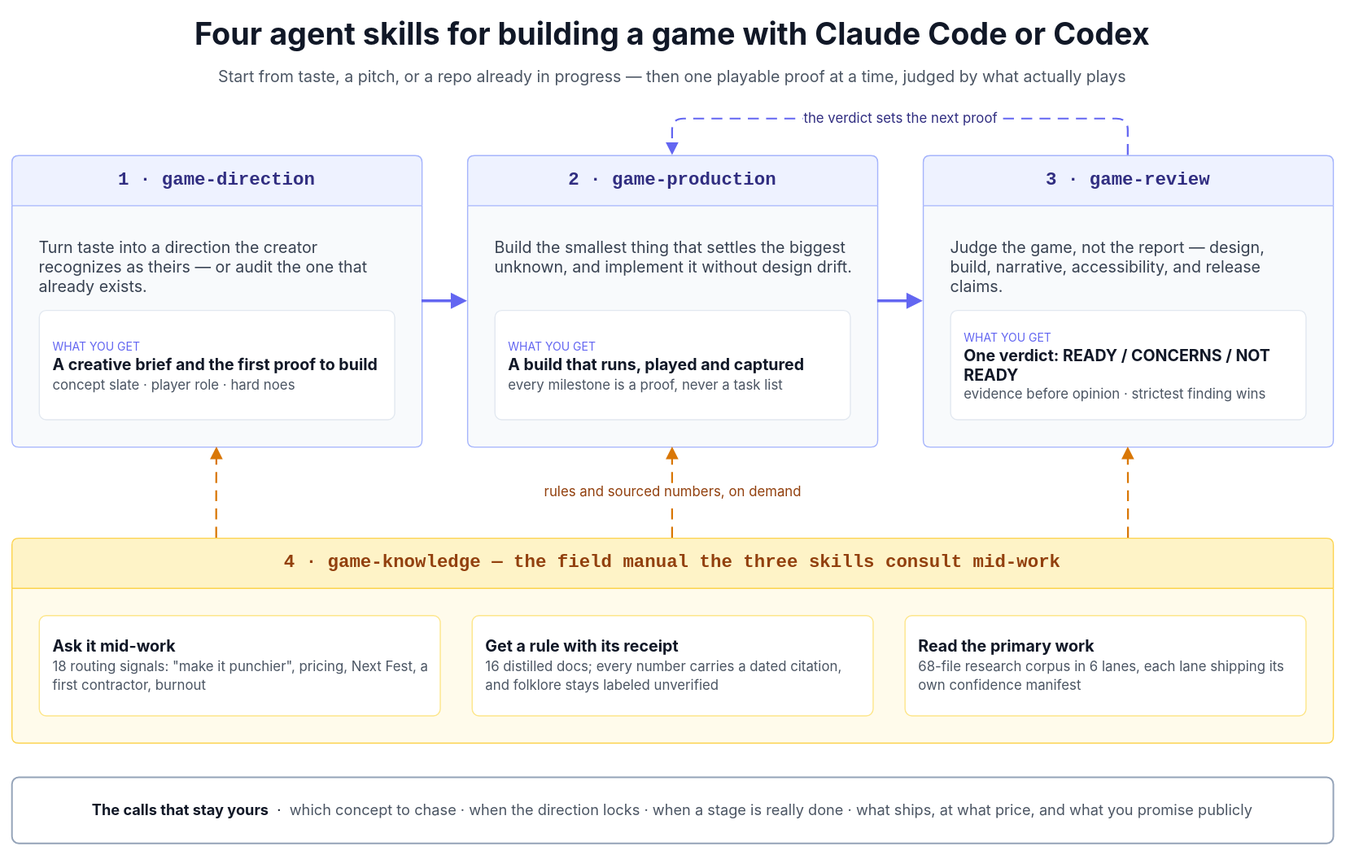
Before: docs/assets/readme-skill-map.drawio.svg, a diagram exported from draw.io (gigio1023/game-studio). Source tidied: cells renumbered, new cells last; positions are measured from the earlier drawing's top-left corner, leaving out a move shared by most shapes. Source of this version:
```xml
<mxGraphModel background="#FFFFFF">
  <root>
    <mxCell id="0" />
    <mxCell id="1" parent="0" />
    <mxCell id="2" value="Four agent skills for building a game with Claude Code or Codex" style="text;fontFamily=Inter,SF Pro Display,-apple-system,system-ui,Segoe UI,Roboto;strokeColor=none;fillColor=none;align=center;verticalAlign=middle;whiteSpace=wrap;fontSize=27;fontStyle=1;fontColor=#111827;spacing=0;html=1;" parent="1" vertex="1">
      <mxGeometry width="1160" height="40" as="geometry" />
    </mxCell>
    <mxCell id="3" value="Start from taste, a pitch, or a repo already in progress — then one playable proof at a time, judged by what actually plays" style="text;fontFamily=Inter,SF Pro Display,-apple-system,system-ui,Segoe UI,Roboto;strokeColor=none;fillColor=none;align=center;verticalAlign=middle;whiteSpace=wrap;fontSize=14;fontColor=#4B5563;spacing=0;html=1;" parent="1" vertex="1">
      <mxGeometry x="40" y="46" width="1080" height="22" as="geometry" />
    </mxCell>
    <mxCell id="4" value="1 · game-direction" style="swimlane;startSize=44;rounded=1;absoluteArcSize=1;arcSize=12;whiteSpace=wrap;fontFamily=SF Mono,Menlo,Consolas,monospace;fontSize=16;fontStyle=1;fontColor=#312E81;fillColor=#EEF2FF;swimlaneFillColor=#F8FAFC;strokeColor=#A5B4FC;spacing=10;html=1;" parent="1" vertex="1">
      <mxGeometry y="126" width="360" height="256" as="geometry" />
    </mxCell>
    <mxCell id="5" value="Turn taste into a direction the creator recognizes as theirs — or audit the one that already exists." style="text;whiteSpace=wrap;fontFamily=Inter,SF Pro Display,-apple-system,system-ui,Segoe UI,Roboto;fontSize=14;fontColor=#374151;strokeColor=none;fillColor=none;align=left;verticalAlign=top;spacing=0;html=1;" parent="4" vertex="1">
      <mxGeometry x="24" y="68" width="312" height="56" as="geometry" />
    </mxCell>
    <mxCell id="6" value="&lt;font style=&quot;font-size:10px;color:#6366F1;&quot;&gt;WHAT YOU GET&lt;/font&gt;&lt;br&gt;&lt;b&gt;A creative brief and the first proof to build&lt;/b&gt;&lt;br&gt;&lt;font style=&quot;font-size:12px;color:#4B5563;&quot;&gt;concept slate · player role · hard noes&lt;/font&gt;" style="rounded=1;absoluteArcSize=1;arcSize=12;whiteSpace=wrap;fontFamily=Inter,SF Pro Display,-apple-system,system-ui,Segoe UI,Roboto;spacing=12;fillColor=#FFFFFF;strokeColor=#E2E8F0;fontColor=#111827;fontSize=14;align=left;verticalAlign=middle;html=1;" parent="4" vertex="1">
      <mxGeometry x="24" y="136" width="312" height="96" as="geometry" />
    </mxCell>
    <mxCell id="7" value="2 · game-production" style="swimlane;startSize=44;rounded=1;absoluteArcSize=1;arcSize=12;whiteSpace=wrap;fontFamily=SF Mono,Menlo,Consolas,monospace;fontSize=16;fontStyle=1;fontColor=#312E81;fillColor=#EEF2FF;swimlaneFillColor=#F8FAFC;strokeColor=#A5B4FC;spacing=10;html=1;" parent="1" vertex="1">
      <mxGeometry x="400" y="126" width="360" height="256" as="geometry" />
    </mxCell>
    <mxCell id="8" value="Build the smallest thing that settles the biggest unknown, and implement it without design drift." style="text;whiteSpace=wrap;fontFamily=Inter,SF Pro Display,-apple-system,system-ui,Segoe UI,Roboto;fontSize=14;fontColor=#374151;strokeColor=none;fillColor=none;align=left;verticalAlign=top;spacing=0;html=1;" parent="7" vertex="1">
      <mxGeometry x="24" y="68" width="312" height="56" as="geometry" />
    </mxCell>
    <mxCell id="9" value="&lt;font style=&quot;font-size:10px;color:#6366F1;&quot;&gt;WHAT YOU GET&lt;/font&gt;&lt;br&gt;&lt;b&gt;A build that runs, played and captured&lt;/b&gt;&lt;br&gt;&lt;font style=&quot;font-size:12px;color:#4B5563;&quot;&gt;every milestone is a proof, never a task list&lt;/font&gt;" style="rounded=1;absoluteArcSize=1;arcSize=12;whiteSpace=wrap;fontFamily=Inter,SF Pro Display,-apple-system,system-ui,Segoe UI,Roboto;spacing=12;fillColor=#FFFFFF;strokeColor=#E2E8F0;fontColor=#111827;fontSize=14;align=left;verticalAlign=middle;html=1;" parent="7" vertex="1">
      <mxGeometry x="24" y="136" width="312" height="96" as="geometry" />
    </mxCell>
    <mxCell id="10" value="3 · game-review" style="swimlane;startSize=44;rounded=1;absoluteArcSize=1;arcSize=12;whiteSpace=wrap;fontFamily=SF Mono,Menlo,Consolas,monospace;fontSize=16;fontStyle=1;fontColor=#312E81;fillColor=#EEF2FF;swimlaneFillColor=#F8FAFC;strokeColor=#A5B4FC;spacing=10;html=1;" parent="1" vertex="1">
      <mxGeometry x="800" y="126" width="360" height="256" as="geometry" />
    </mxCell>
    <mxCell id="11" value="Judge the game, not the report — design, build, narrative, accessibility, and release claims." style="text;whiteSpace=wrap;fontFamily=Inter,SF Pro Display,-apple-system,system-ui,Segoe UI,Roboto;fontSize=14;fontColor=#374151;strokeColor=none;fillColor=none;align=left;verticalAlign=top;spacing=0;html=1;" parent="10" vertex="1">
      <mxGeometry x="24" y="68" width="312" height="56" as="geometry" />
    </mxCell>
    <mxCell id="12" value="&lt;font style=&quot;font-size:10px;color:#6366F1;&quot;&gt;WHAT YOU GET&lt;/font&gt;&lt;br&gt;&lt;b&gt;One verdict: READY / CONCERNS / NOT READY&lt;/b&gt;&lt;br&gt;&lt;font style=&quot;font-size:12px;color:#4B5563;&quot;&gt;evidence before opinion · strictest finding wins&lt;/font&gt;" style="rounded=1;absoluteArcSize=1;arcSize=12;whiteSpace=wrap;fontFamily=Inter,SF Pro Display,-apple-system,system-ui,Segoe UI,Roboto;spacing=12;fillColor=#FFFFFF;strokeColor=#E2E8F0;fontColor=#111827;fontSize=14;align=left;verticalAlign=middle;html=1;" parent="10" vertex="1">
      <mxGeometry x="24" y="136" width="312" height="96" as="geometry" />
    </mxCell>
    <mxCell id="13" value="4 · game-knowledge — the field manual the three skills consult mid-work" style="swimlane;startSize=44;rounded=1;absoluteArcSize=1;arcSize=12;whiteSpace=wrap;fontFamily=SF Mono,Menlo,Consolas,monospace;fontSize=16;fontStyle=1;fontColor=#92400E;fillColor=#FEF3C7;swimlaneFillColor=#FFFBEB;strokeColor=#FCD34D;spacing=10;html=1;" parent="1" vertex="1">
      <mxGeometry y="462" width="1160" height="180" as="geometry" />
    </mxCell>
    <mxCell id="14" value="&lt;b&gt;Ask it mid-work&lt;/b&gt;&lt;br&gt;&lt;font style=&quot;font-size:12px;color:#4B5563;&quot;&gt;18 routing signals: &quot;make it punchier&quot;, pricing, Next Fest, a first contractor, burnout&lt;/font&gt;" style="rounded=1;absoluteArcSize=1;arcSize=12;whiteSpace=wrap;fontFamily=Inter,SF Pro Display,-apple-system,system-ui,Segoe UI,Roboto;spacing=12;fillColor=#FFFFFF;strokeColor=#FDE68A;fontColor=#111827;fontSize=14;align=left;verticalAlign=middle;html=1;" parent="13" vertex="1">
      <mxGeometry x="24" y="68" width="352" height="88" as="geometry" />
    </mxCell>
    <mxCell id="15" value="&lt;b&gt;Get a rule with its receipt&lt;/b&gt;&lt;br&gt;&lt;font style=&quot;font-size:12px;color:#4B5563;&quot;&gt;16 distilled docs; every number carries a dated citation, and folklore stays labeled unverified&lt;/font&gt;" style="rounded=1;absoluteArcSize=1;arcSize=12;whiteSpace=wrap;fontFamily=Inter,SF Pro Display,-apple-system,system-ui,Segoe UI,Roboto;spacing=12;fillColor=#FFFFFF;strokeColor=#FDE68A;fontColor=#111827;fontSize=14;align=left;verticalAlign=middle;html=1;" parent="13" vertex="1">
      <mxGeometry x="404" y="68" width="352" height="88" as="geometry" />
    </mxCell>
    <mxCell id="16" value="&lt;b&gt;Read the primary work&lt;/b&gt;&lt;br&gt;&lt;font style=&quot;font-size:12px;color:#4B5563;&quot;&gt;68-file research corpus in 6 lanes, each lane shipping its own confidence manifest&lt;/font&gt;" style="rounded=1;absoluteArcSize=1;arcSize=12;whiteSpace=wrap;fontFamily=Inter,SF Pro Display,-apple-system,system-ui,Segoe UI,Roboto;spacing=12;fillColor=#FFFFFF;strokeColor=#FDE68A;fontColor=#111827;fontSize=14;align=left;verticalAlign=middle;html=1;" parent="13" vertex="1">
      <mxGeometry x="784" y="68" width="352" height="88" as="geometry" />
    </mxCell>
    <mxCell id="17" value="&lt;b&gt;The calls that stay yours&lt;/b&gt;  ·  &lt;font style=&quot;color:#4B5563;&quot;&gt;which concept to chase · when the direction locks · when a stage is really done · what ships, at what price, and what you promise publicly&lt;/font&gt;" style="rounded=1;absoluteArcSize=1;arcSize=12;whiteSpace=wrap;fontFamily=Inter,SF Pro Display,-apple-system,system-ui,Segoe UI,Roboto;spacing=12;fillColor=#FFFFFF;strokeColor=#94A3B8;strokeWidth=1.4;fontColor=#111827;fontSize=13;align=center;verticalAlign=middle;html=1;" parent="1" vertex="1">
      <mxGeometry y="672" width="1160" height="58" as="geometry" />
    </mxCell>
    <mxCell id="18" style="edgeStyle=orthogonalEdgeStyle;rounded=1;jettySize=auto;exitX=1;exitY=0.5;exitDx=0;exitDy=0;entryX=0;entryY=0.5;entryDx=0;entryDy=0;strokeColor=#6366F1;strokeWidth=2.4;endArrow=block;endFill=1;endSize=8;html=1;" parent="1" edge="1" source="4" target="7">
      <mxGeometry relative="1" as="geometry" />
    </mxCell>
    <mxCell id="19" style="edgeStyle=orthogonalEdgeStyle;rounded=1;jettySize=auto;exitX=1;exitY=0.5;exitDx=0;exitDy=0;entryX=0;entryY=0.5;entryDx=0;entryDy=0;strokeColor=#6366F1;strokeWidth=2.4;endArrow=block;endFill=1;endSize=8;html=1;" parent="1" edge="1" source="7" target="10">
      <mxGeometry relative="1" as="geometry" />
    </mxCell>
    <mxCell id="20" value="the verdict sets the next proof" style="edgeStyle=orthogonalEdgeStyle;rounded=1;jettySize=auto;exitX=0.5;exitY=0;exitDx=0;exitDy=0;entryX=0.5;entryY=0;entryDx=0;entryDy=0;strokeColor=#6366F1;strokeWidth=1.6;dashed=1;dashPattern=6 4;endArrow=block;endFill=1;endSize=7;fontFamily=Inter,SF Pro Display,-apple-system,system-ui,Segoe UI,Roboto;fontSize=12;fontColor=#312E81;labelBackgroundColor=#FFFFFF;html=1;" parent="1" edge="1" source="10" target="7">
      <mxGeometry relative="1" as="geometry">
        <Array as="points">
          <mxPoint x="980" y="94" />
          <mxPoint x="580" y="94" />
        </Array>
      </mxGeometry>
    </mxCell>
    <mxCell id="21" style="edgeStyle=orthogonalEdgeStyle;rounded=1;jettySize=auto;exitX=0.155;exitY=0;exitDx=0;exitDy=0;entryX=0.5;entryY=1;entryDx=0;entryDy=0;strokeColor=#D97706;strokeWidth=1.6;dashed=1;dashPattern=6 4;endArrow=block;endFill=1;endSize=7;html=1;" parent="1" edge="1" source="13" target="4">
      <mxGeometry relative="1" as="geometry" />
    </mxCell>
    <mxCell id="22" value="rules and sourced numbers, on demand" style="edgeStyle=orthogonalEdgeStyle;rounded=1;jettySize=auto;exitX=0.5;exitY=0;exitDx=0;exitDy=0;entryX=0.5;entryY=1;entryDx=0;entryDy=0;strokeColor=#D97706;strokeWidth=1.6;dashed=1;dashPattern=6 4;endArrow=block;endFill=1;endSize=7;fontFamily=Inter,SF Pro Display,-apple-system,system-ui,Segoe UI,Roboto;fontSize=12;fontColor=#92400E;labelBackgroundColor=#FFFFFF;html=1;" parent="1" edge="1" source="13" target="7">
      <mxGeometry relative="1" as="geometry" />
    </mxCell>
    <mxCell id="23" style="edgeStyle=orthogonalEdgeStyle;rounded=1;jettySize=auto;exitX=0.845;exitY=0;exitDx=0;exitDy=0;entryX=0.5;entryY=1;entryDx=0;entryDy=0;strokeColor=#D97706;strokeWidth=1.6;dashed=1;dashPattern=6 4;endArrow=block;endFill=1;endSize=7;html=1;" parent="1" edge="1" source="13" target="10">
      <mxGeometry relative="1" as="geometry" />
    </mxCell>
  </root>
</mxGraphModel>
```
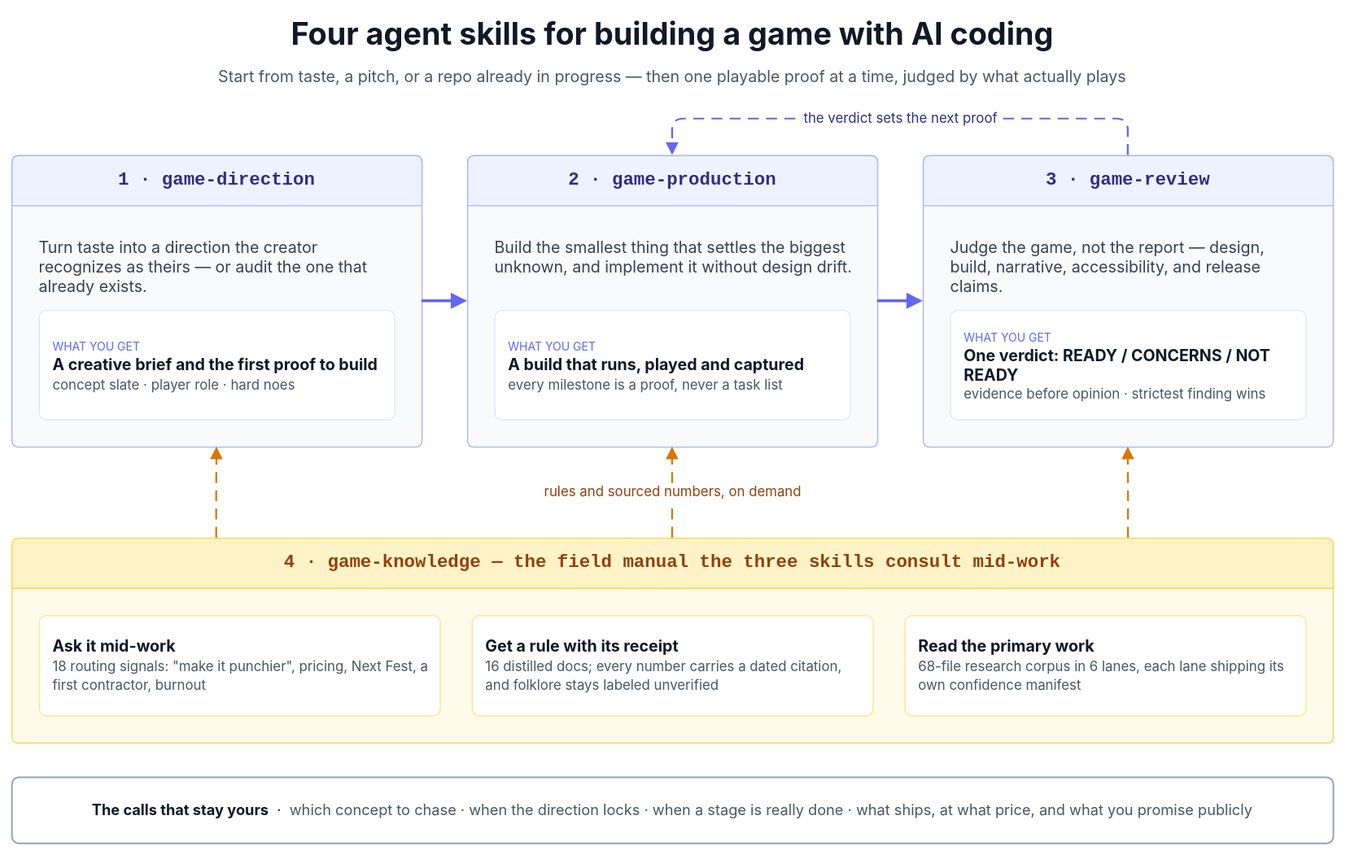
Later version of the same file.

The edit, as a diff of the source:
```diff
@@ -2,7 +2,7 @@
   <root>
     <mxCell id="0" />
     <mxCell id="1" parent="0" />
-    <mxCell id="2" value="Four agent skills for building a game with Claude Code or Codex" style="text;fontFamily=Inter,SF Pro Display,-apple-system,system-ui,Segoe UI,Roboto;strokeColor=none;fillColor=none;align=center;verticalAlign=middle;whiteSpace=wrap;fontSize=27;fontStyle=1;fontColor=#111827;spacing=0;html=1;" parent="1" vertex="1">
+    <mxCell id="2" value="Four agent skills for building a game with AI coding" style="text;fontFamily=Inter,SF Pro Display,-apple-system,system-ui,Segoe UI,Roboto;strokeColor=none;fillColor=none;align=center;verticalAlign=middle;whiteSpace=wrap;fontSize=27;fontStyle=1;fontColor=#111827;spacing=0;html=1;" parent="1" vertex="1">
       <mxGeometry width="1160" height="40" as="geometry" />
     </mxCell>
     <mxCell id="3" value="Start from taste, a pitch, or a repo already in progress — then one playable proof at a time, judged by what actually plays" style="text;fontFamily=Inter,SF Pro Display,-apple-system,system-ui,Segoe UI,Roboto;strokeColor=none;fillColor=none;align=center;verticalAlign=middle;whiteSpace=wrap;fontSize=14;fontColor=#4B5563;spacing=0;html=1;" parent="1" vertex="1">
```
